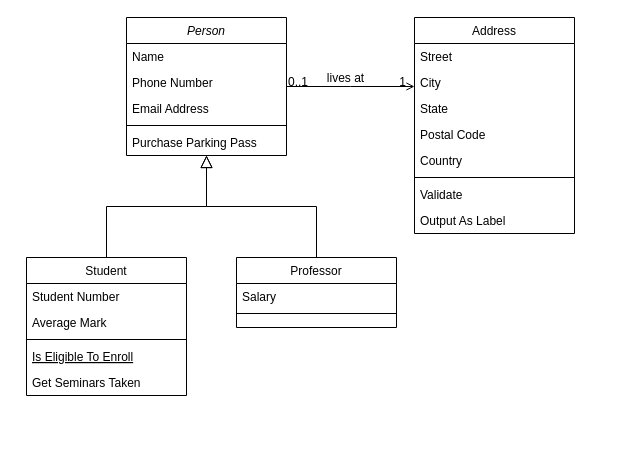
miaomiao1992/draw.io keeps this draw.io diagram as erp_tims.drawio. Above is the earlier version. Source tidied: cells renumbered, new cells numbered last; positions are measured from the earlier drawing's top-left corner, leaving out a move shared by most shapes. Both pictures are drawn from the tidied source at 100%, with x=0, y=0 at pixel (26, 17).
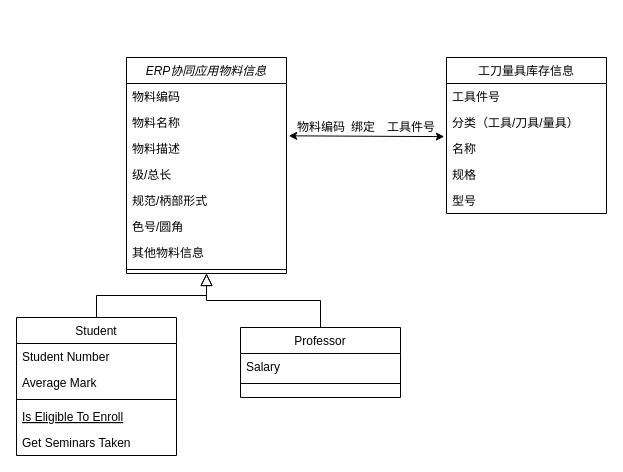
The same page after the edit.

What changed in the source:
```diff
@@
-    <mxCell id="2" value="Person" style="swimlane;fontStyle=2;align=center;verticalAlign=top;horizontal=1;startSize=26;rounded=0;shadow=0;strokeWidth=1;" parent="1" vertex="1">
-      <mxGeometry x="100" width="160" height="138" as="geometry" />
+    <mxCell id="2" value="ERP协同应用物料信息" style="swimlane;fontStyle=2;align=center;verticalAlign=top;horizontal=1;startSize=26;rounded=0;shadow=0;strokeWidth=1;" parent="1" vertex="1">
+      <mxGeometry x="100" y="40" width="160" height="216" as="geometry" />
     </mxCell>
-    <mxCell id="3" value="Name" style="text;align=left;verticalAlign=top;spacingLeft=4;spacingRight=4;overflow=hidden;" parent="2" vertex="1">
+    <mxCell id="3" value="物料编码" style="text;align=left;verticalAlign=top;spacingLeft=4;spacingRight=4;overflow=hidden;" parent="2" vertex="1">
       <mxGeometry y="26" width="160" height="26" as="geometry" />
     </mxCell>
-    <mxCell id="4" value="Phone Number" style="text;align=left;verticalAlign=top;spacingLeft=4;spacingRight=4;overflow=hidden;rounded=0;shadow=0;html=0;" parent="2" vertex="1">
+    <mxCell id="4" value="物料名称" style="text;align=left;verticalAlign=top;spacingLeft=4;spacingRight=4;overflow=hidden;rounded=0;shadow=0;html=0;" parent="2" vertex="1">
       <mxGeometry y="52" width="160" height="26" as="geometry" />
     </mxCell>
-    <mxCell id="5" value="Email Address" style="text;align=left;verticalAlign=top;spacingLeft=4;spacingRight=4;overflow=hidden;points=[[0,0.5],[1,0.5]];portConstraint=eastwest;rounded=0;shadow=0;html=0;" parent="2" vertex="1">
+    <mxCell id="5" value="物料描述" style="text;align=left;verticalAlign=top;spacingLeft=4;spacingRight=4;overflow=hidden;points=[[0,0.5],[1,0.5]];portConstraint=eastwest;rounded=0;shadow=0;html=0;" parent="2" vertex="1">
       <mxGeometry y="78" width="160" height="26" as="geometry" />
     </mxCell>
+    <mxCell id="32" value="级/总长" style="text;align=left;verticalAlign=top;spacingLeft=4;spacingRight=4;overflow=hidden;rounded=0;shadow=0;html=0;" parent="2" vertex="1">
+      <mxGeometry y="104" width="160" height="26" as="geometry" />
+    </mxCell>
+    <mxCell id="33" value="规范/柄部形式" style="text;align=left;verticalAlign=top;spacingLeft=4;spacingRight=4;overflow=hidden;rounded=0;shadow=0;html=0;" parent="2" vertex="1">
+      <mxGeometry y="130" width="160" height="26" as="geometry" />
+    </mxCell>
+    <mxCell id="34" value="色号/圆角" style="text;align=left;verticalAlign=top;spacingLeft=4;spacingRight=4;overflow=hidden;rounded=0;shadow=0;html=0;" parent="2" vertex="1">
+      <mxGeometry y="156" width="160" height="26" as="geometry" />
+    </mxCell>
+    <mxCell id="35" value="其他物料信息" style="text;align=left;verticalAlign=top;spacingLeft=4;spacingRight=4;overflow=hidden;rounded=0;shadow=0;html=0;" parent="2" vertex="1">
+      <mxGeometry y="182" width="160" height="26" as="geometry" />
+    </mxCell>
     <mxCell id="6" style="line;html=1;strokeWidth=1;align=left;verticalAlign=middle;spacingTop=-1;spacingLeft=3;spacingRight=3;labelPosition=right;" parent="2" vertex="1">
-      <mxGeometry y="104" width="160" height="8" as="geometry" />
+      <mxGeometry y="208" width="160" height="8" as="geometry" />
     </mxCell>
-    <mxCell id="7" value="Purchase Parking Pass" style="text;align=left;verticalAlign=top;spacingLeft=4;spacingRight=4;overflow=hidden;" parent="2" vertex="1">
-      <mxGeometry y="112" width="160" height="26" as="geometry" />
-    </mxCell>
     <mxCell id="8" value="Student" style="swimlane;fontStyle=0;align=center;verticalAlign=top;horizontal=1;startSize=26;rounded=0;shadow=0;strokeWidth=1;" parent="1" vertex="1">
-      <mxGeometry y="240" width="160" height="138" as="geometry" />
+      <mxGeometry x="-10" y="300" width="160" height="138" as="geometry" />
     </mxCell>
@@
     <mxCell id="15" value="Professor" style="swimlane;fontStyle=0;align=center;verticalAlign=top;horizontal=1;startSize=26;rounded=0;shadow=0;strokeWidth=1;" parent="1" vertex="1">
-      <mxGeometry x="210" y="240" width="160" height="70" as="geometry" />
+      <mxGeometry x="214" y="310" width="160" height="70" as="geometry" />
     </mxCell>
@@
-    <mxCell id="19" value="Address" style="swimlane;fontStyle=0;align=center;verticalAlign=top;horizontal=1;startSize=26;rounded=0;shadow=0;strokeWidth=1;" parent="1" vertex="1">
-      <mxGeometry x="388" width="160" height="216" as="geometry" />
+    <mxCell id="19" value="工刀量具库存信息" style="swimlane;fontStyle=0;align=center;verticalAlign=top;horizontal=1;startSize=26;rounded=0;shadow=0;strokeWidth=1;" parent="1" vertex="1">
+      <mxGeometry x="420" y="40" width="160" height="156" as="geometry" />
     </mxCell>
-    <mxCell id="20" value="Street" style="text;align=left;verticalAlign=top;spacingLeft=4;spacingRight=4;overflow=hidden;" parent="19" vertex="1">
+    <mxCell id="20" value="工具件号" style="text;align=left;verticalAlign=top;spacingLeft=4;spacingRight=4;overflow=hidden;" parent="19" vertex="1">
       <mxGeometry y="26" width="160" height="26" as="geometry" />
     </mxCell>
-    <mxCell id="21" value="City" style="text;align=left;verticalAlign=top;spacingLeft=4;spacingRight=4;overflow=hidden;rounded=0;shadow=0;html=0;" parent="19" vertex="1">
+    <mxCell id="21" value="分类（工具/刀具/量具）" style="text;align=left;verticalAlign=top;spacingLeft=4;spacingRight=4;overflow=hidden;rounded=0;shadow=0;html=0;" parent="19" vertex="1">
       <mxGeometry y="52" width="160" height="26" as="geometry" />
     </mxCell>
-    <mxCell id="22" value="State" style="text;align=left;verticalAlign=top;spacingLeft=4;spacingRight=4;overflow=hidden;points=[[0,0.5],[1,0.5]];portConstraint=eastwest;rounded=0;shadow=0;html=0;" parent="19" vertex="1">
+    <mxCell id="22" value="名称" style="text;align=left;verticalAlign=top;spacingLeft=4;spacingRight=4;overflow=hidden;points=[[0,0.5],[1,0.5]];portConstraint=eastwest;rounded=0;shadow=0;html=0;" parent="19" vertex="1">
       <mxGeometry y="78" width="160" height="26" as="geometry" />
     </mxCell>
-    <mxCell id="23" value="Postal Code" style="text;align=left;verticalAlign=top;spacingLeft=4;spacingRight=4;overflow=hidden;rounded=0;shadow=0;html=0;" parent="19" vertex="1">
+    <mxCell id="23" value="规格" style="text;align=left;verticalAlign=top;spacingLeft=4;spacingRight=4;overflow=hidden;rounded=0;shadow=0;html=0;" parent="19" vertex="1">
       <mxGeometry y="104" width="160" height="26" as="geometry" />
     </mxCell>
-    <mxCell id="24" value="Country" style="text;align=left;verticalAlign=top;spacingLeft=4;spacingRight=4;overflow=hidden;rounded=0;shadow=0;html=0;" parent="19" vertex="1">
+    <mxCell id="24" value="型号" style="text;align=left;verticalAlign=top;spacingLeft=4;spacingRight=4;overflow=hidden;rounded=0;shadow=0;html=0;" parent="19" vertex="1">
       <mxGeometry y="130" width="160" height="26" as="geometry" />
     </mxCell>
-    <mxCell id="25" style="line;html=1;strokeWidth=1;align=left;verticalAlign=middle;spacingTop=-1;spacingLeft=3;spacingRight=3;labelPosition=right;" parent="19" vertex="1">
-      <mxGeometry y="156" width="160" height="8" as="geometry" />
-    </mxCell>
-    <mxCell id="26" value="Validate" style="text;align=left;verticalAlign=top;spacingLeft=4;spacingRight=4;overflow=hidden;" parent="19" vertex="1">
-      <mxGeometry y="164" width="160" height="26" as="geometry" />
-    </mxCell>
-    <mxCell id="27" value="Output As Label" style="text;align=left;verticalAlign=top;spacingLeft=4;spacingRight=4;overflow=hidden;" parent="19" vertex="1">
-      <mxGeometry y="190" width="160" height="26" as="geometry" />
-    </mxCell>
-    <mxCell id="28" style="endArrow=open;shadow=0;strokeWidth=1;rounded=0;curved=0;endFill=1;edgeStyle=elbowEdgeStyle;elbow=vertical;" parent="1" edge="1" source="2" target="19">
-      <mxGeometry x="0.5" y="41" relative="1" as="geometry">
-        <mxPoint x="-40" y="32" as="offset" />
-      </mxGeometry>
-    </mxCell>
-    <mxCell id="29" value="0..1" style="align=left;verticalAlign=bottom;labelBackgroundColor=none;fontSize=12;" parent="28" vertex="1">
-      <mxGeometry x="-1" relative="1" as="geometry">
-        <mxPoint y="4" as="offset" />
-      </mxGeometry>
-    </mxCell>
-    <mxCell id="30" value="1" style="align=right;verticalAlign=bottom;labelBackgroundColor=none;fontSize=12;" parent="28" vertex="1">
-      <mxGeometry x="1" relative="1" as="geometry">
-        <mxPoint x="-7" y="4" as="offset" />
-      </mxGeometry>
-    </mxCell>
-    <mxCell id="31" value="lives at" style="text;html=1;align=center;verticalAlign=middle;labelBackgroundColor=none;rounded=0;shadow=0;strokeWidth=1;fontSize=12;" parent="28" vertex="1">
-      <mxGeometry x="0.5" y="49" relative="1" as="geometry">
-        <mxPoint x="-38" y="40" as="offset" />
-      </mxGeometry>
-    </mxCell>
+    <mxCell id="36" value="物料编码" style="align=right;verticalAlign=bottom;labelBackgroundColor=none;fontSize=12;" parent="1" vertex="1">
+      <mxGeometry x="320" y="118" as="geometry" />
+    </mxCell>
+    <mxCell id="37" style="endArrow=classic;startArrow=classic;html=1;rounded=0;exitX=1.014;exitY=0.013;exitDx=0;exitDy=0;exitPerimeter=0;entryX=-0.014;entryY=0.043;entryDx=0;entryDy=0;entryPerimeter=0;" parent="1" edge="1" source="5" target="22">
+      <mxGeometry relative="1" as="geometry" />
+    </mxCell>
+    <mxCell id="38" value="工具件号" style="align=right;verticalAlign=bottom;labelBackgroundColor=none;fontSize=12;" parent="1" vertex="1">
+      <mxGeometry x="410" y="118" as="geometry" />
+    </mxCell>
+    <mxCell id="39" value="绑定" style="align=right;verticalAlign=bottom;labelBackgroundColor=none;fontSize=12;" parent="1" vertex="1">
+      <mxGeometry x="350" y="118" as="geometry" />
+    </mxCell>
```
